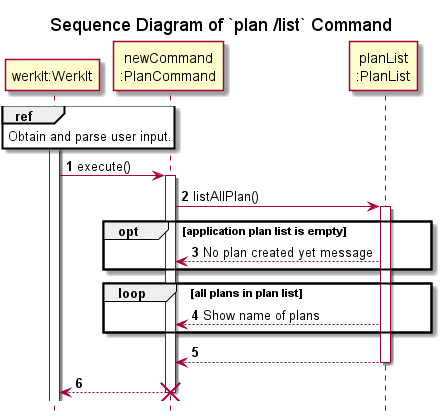
Before: docs/uml/sequenceDiagrams/plans/images/listPlan.png, a diagram exported from PlantUML (nus-cs2113-AY2122S2/tp).
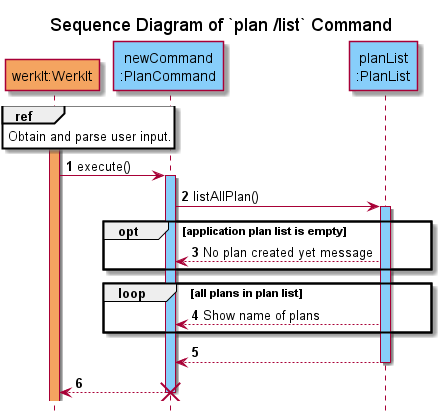
Later version of the same file.

What changed in the source:
```diff
@@ -6,19 +6,19 @@
 title Sequence Diagram of `plan /list` Command
 hide footbox
 
-participant "werkIt:WerkIt" AS WerkIt
-participant "newCommand\n:PlanCommand" AS newCommand
-participant "planList\n:PlanList" AS PlanList
+participant "werkIt:WerkIt" AS WerkIt #Sandybrown
+participant "newCommand\n:PlanCommand" AS newCommand #LightSkyBlue
+participant "planList\n:PlanList" AS PlanList #LightSkyBlue
 
-activate WerkIt
+activate WerkIt #Sandybrown
 ref over WerkIt
 Obtain and parse user input.
 end
 
 WerkIt -> newCommand : execute()
-activate newCommand
+activate newCommand #LightSkyBlue
 newCommand -> PlanList : listAllPlan()
-activate PlanList
+activate PlanList #LightSkyBlue
 opt application plan list is empty
 newCommand <-- PlanList : No plan created yet message
 end
```
